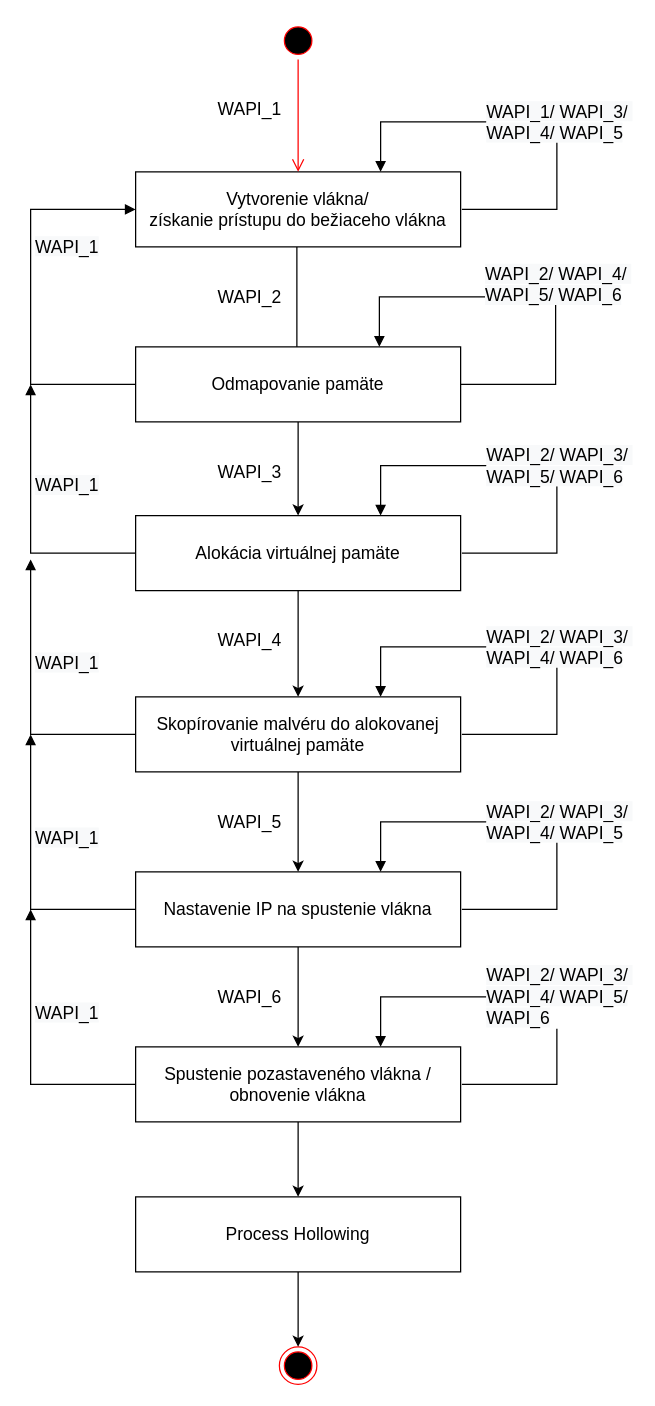
Above: img/konecny automat.drawio in Artanis321/Bakalarka (draw.io), before the change. Source tidied: cells renumbered, new cells numbered last; positions are measured from the earlier drawing's top-left corner, leaving out a move shared by most shapes. Both pictures are drawn from the tidied source at 125%, with x=0, y=0 at pixel (30, 21).
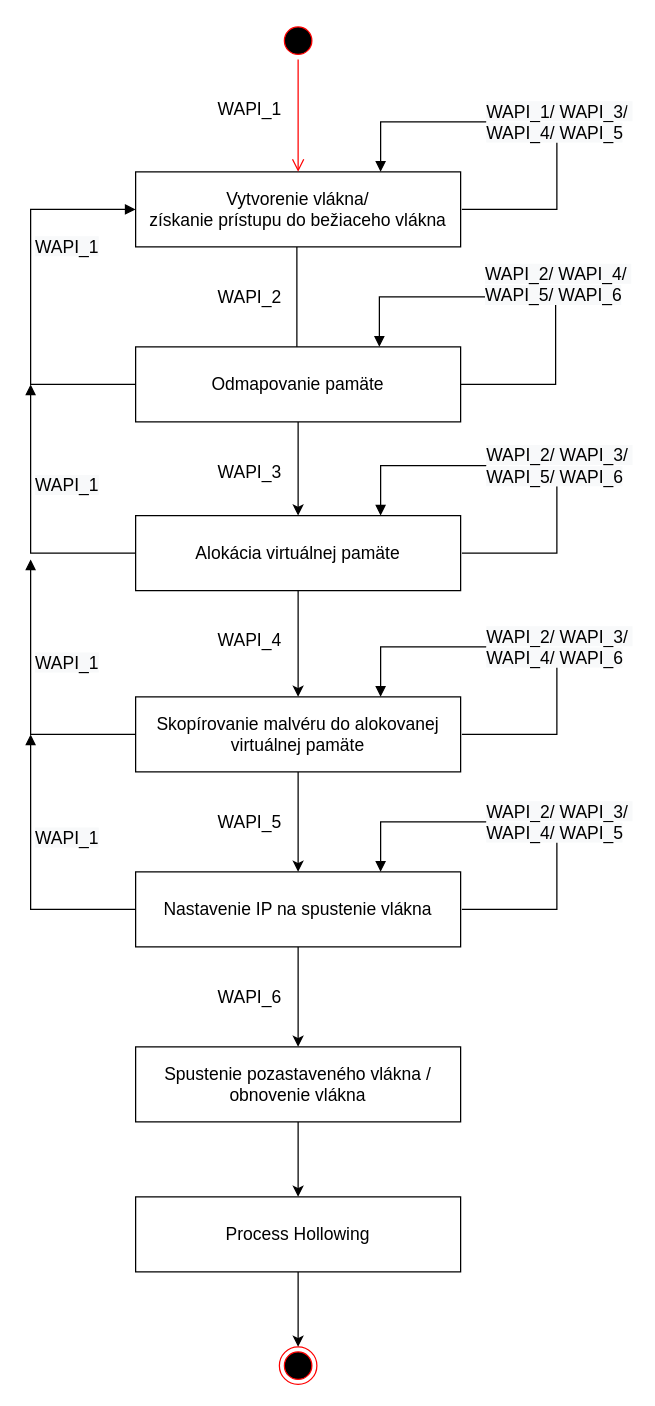
The same page after the edit.

Change to the diagram source:
```diff
@@
-    <mxCell id="32" value="&lt;span style=&quot;font-size: 14px ; text-align: center ; background-color: rgb(248 , 249 , 250)&quot;&gt;WAPI_2/&amp;nbsp;&lt;/span&gt;&lt;span style=&quot;font-size: 14px ; text-align: center ; background-color: rgb(248 , 249 , 250)&quot;&gt;WAPI_3/&amp;nbsp;&lt;/span&gt;&lt;span style=&quot;font-size: 14px ; text-align: center ; background-color: rgb(248 , 249 , 250)&quot;&gt;&lt;br&gt;&lt;/span&gt;&lt;span style=&quot;font-size: 14px ; text-align: center ; background-color: rgb(248 , 249 , 250)&quot;&gt;WAPI_4/&amp;nbsp;&lt;/span&gt;&lt;span style=&quot;font-size: 14px ; text-align: center ; background-color: rgb(248 , 249 , 250)&quot;&gt;WAPI_5/&lt;br&gt;WAPI_6&lt;br&gt;&lt;/span&gt;" style="edgeStyle=orthogonalEdgeStyle;html=1;align=left;spacingLeft=2;endArrow=block;rounded=0;exitX=1;exitY=0.5;exitDx=0;exitDy=0;" parent="1" edge="1">
-      <mxGeometry x="0.26" relative="1" as="geometry">
-        <mxPoint x="345" y="850" as="sourcePoint" />
-        <mxPoint x="280" y="820" as="targetPoint" />
-        <Array as="points">
-          <mxPoint x="421" y="850" />
-          <mxPoint x="421" y="780" />
-          <mxPoint x="280" y="780" />
-        </Array>
-      </mxGeometry>
-    </mxCell>
-    <mxCell id="33" value="&lt;span style=&quot;font-size: 14px ; text-align: center ; background-color: rgb(248 , 249 , 250)&quot;&gt;WAPI_1&lt;/span&gt;" style="edgeStyle=orthogonalEdgeStyle;html=1;align=left;spacingLeft=2;endArrow=block;rounded=0;exitX=0;exitY=0.5;exitDx=0;exitDy=0;" parent="1" edge="1">
-      <mxGeometry x="0.26" relative="1" as="geometry">
-        <mxPoint x="84" y="850" as="sourcePoint" />
-        <mxPoint y="710" as="targetPoint" />
-        <Array as="points">
-          <mxPoint y="850" />
-        </Array>
-      </mxGeometry>
-    </mxCell>
```
